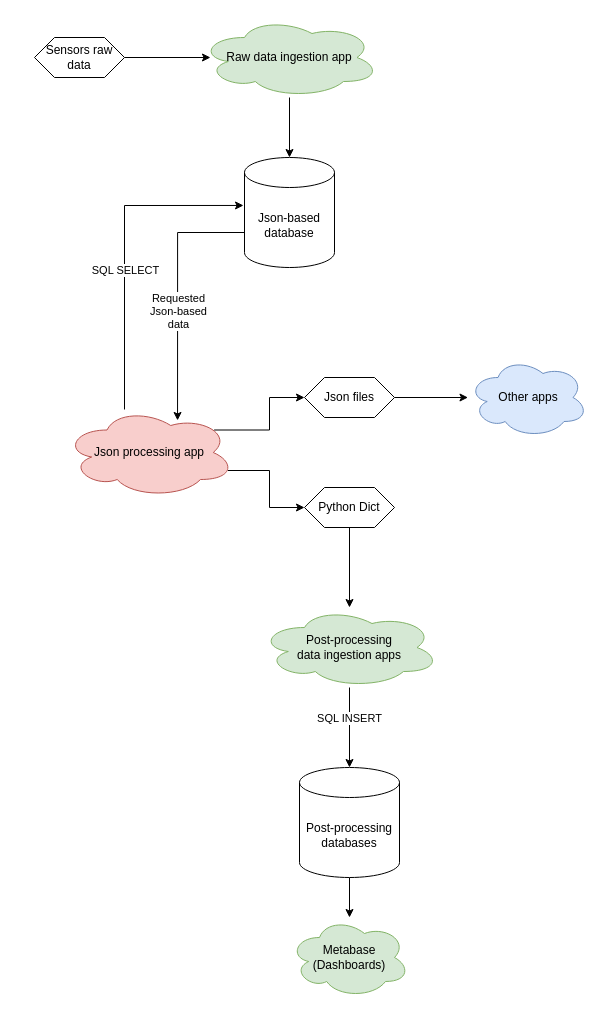
bobkatla/SpaceUtil keeps this draw.io diagram as backend/db/SuggestJson.drawio. Above is the earlier version. Source tidied: cells renumbered, new cells numbered last; positions are measured from the earlier drawing's top-left corner, leaving out a move shared by most shapes. Both pictures are drawn from the tidied source at 100%, with x=0, y=0 at pixel (34, 17).
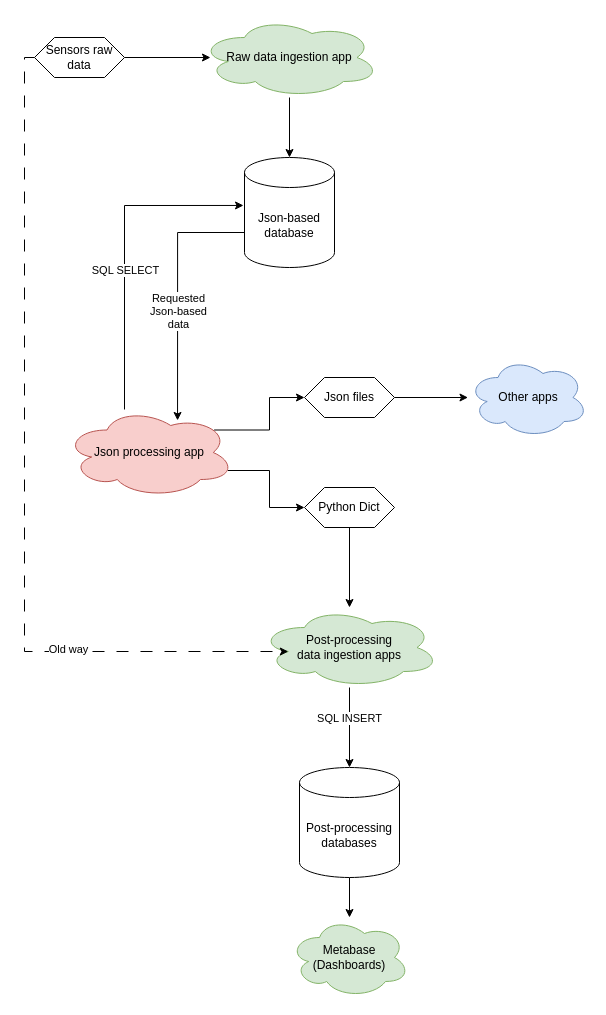
After the change.

The change refers to these unchanged cells:
```xml
<mxCell id="17" value="Post-processing &lt;br&gt;data ingestion apps" style="ellipse;shape=cloud;whiteSpace=wrap;html=1;fillColor=#d5e8d4;strokeColor=#82b366;" parent="1" vertex="1">
  <mxGeometry x="225" y="590" width="180" height="80" as="geometry" />
</mxCell>
<mxCell id="21" value="Sensors raw data" style="shape=hexagon;perimeter=hexagonPerimeter2;whiteSpace=wrap;html=1;fixedSize=1;" parent="1" vertex="1">
  <mxGeometry y="20" width="90" height="40" as="geometry" />
</mxCell>
```

The edit, as a diff of the source:
```diff
@@
+    <mxCell id="25" style="edgeStyle=orthogonalEdgeStyle;rounded=0;jettySize=auto;html=1;entryX=0.16;entryY=0.55;entryDx=0;entryDy=0;entryPerimeter=0;dashed=1;dashPattern=12 12;" parent="1" edge="1" source="21" target="17">
+      <mxGeometry relative="1" as="geometry">
+        <Array as="points">
+          <mxPoint x="-10" y="40" />
+          <mxPoint x="-10" y="634" />
+        </Array>
+      </mxGeometry>
+    </mxCell>
+    <mxCell id="26" value="Old way" style="edgeLabel;html=1;align=center;verticalAlign=middle;" parent="25" vertex="1">
+      <mxGeometry x="0.49" y="3" relative="1" as="geometry" />
+    </mxCell>
```
